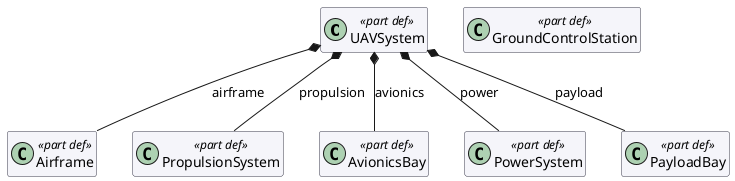
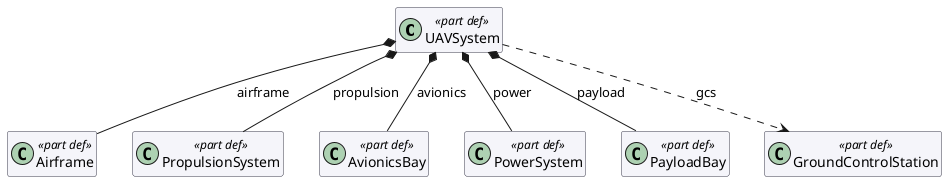
@startuml UAVSystemBDD
skinparam class {
  BackgroundColor #f5f5fa
  BorderColor #3a3a4a
}
hide empty members

class "UAVSystem" as s_uavsystem <<part def>> [[http://localhost:3000/ui/detail/UAV::UAVSystem]]
class "Airframe" as s_airframe <<part def>> [[http://localhost:3000/ui/detail/UAV::Airframe]]
class "PropulsionSystem" as s_propulsion <<part def>> [[http://localhost:3000/ui/detail/UAV::Propulsion::PropulsionSystem]]
class "AvionicsBay" as s_avionics <<part def>> [[http://localhost:3000/ui/detail/UAV::Avionics::AvionicsBay]]
class "PowerSystem" as s_power <<part def>> [[http://localhost:3000/ui/detail/UAV::Power::PowerSystem]]
class "PayloadBay" as s_payload <<part def>> [[http://localhost:3000/ui/detail/UAV::Payload::PayloadBay]]
class "GroundControlStation" as s_gcs <<part def>> [[http://localhost:3000/ui/detail/GroundStation::GroundControlStation]]

s_uavsystem *-- s_airframe : airframe
s_uavsystem *-- s_propulsion : propulsion
s_uavsystem *-- s_avionics : avionics
s_uavsystem *-- s_power : power
s_uavsystem *-- s_payload : payload
+ s_uavsystem ..> s_gcs : gcs

@enduml
